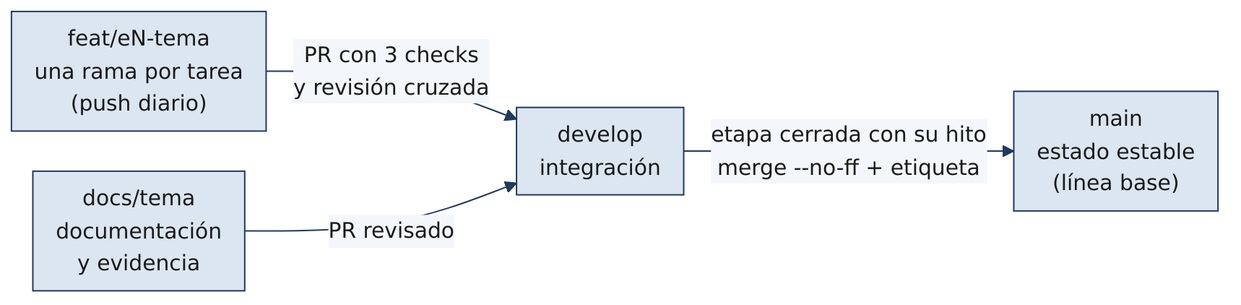
Above: docs/diagramas/05_ramas.png in soaria186/kronos-ai (Mermaid), before the change. Its source is kept beside it as docs/diagramas/05_ramas.mmd. Source of this version:
```mermaid
flowchart LR
    F["feat/eN-tema<br/>una rama por tarea<br/>(push diario)"] -- "PR con 3 checks<br/>y revisión cruzada" --> DEV["develop<br/>integración"]
    D["docs/tema<br/>documentación<br/>y evidencia"] -- "PR revisado" --> DEV
    DEV -- "etapa cerrada con su hito<br/>merge --no-ff + etiqueta" --> MAIN["main<br/>estado estable<br/>(línea base)"]
```
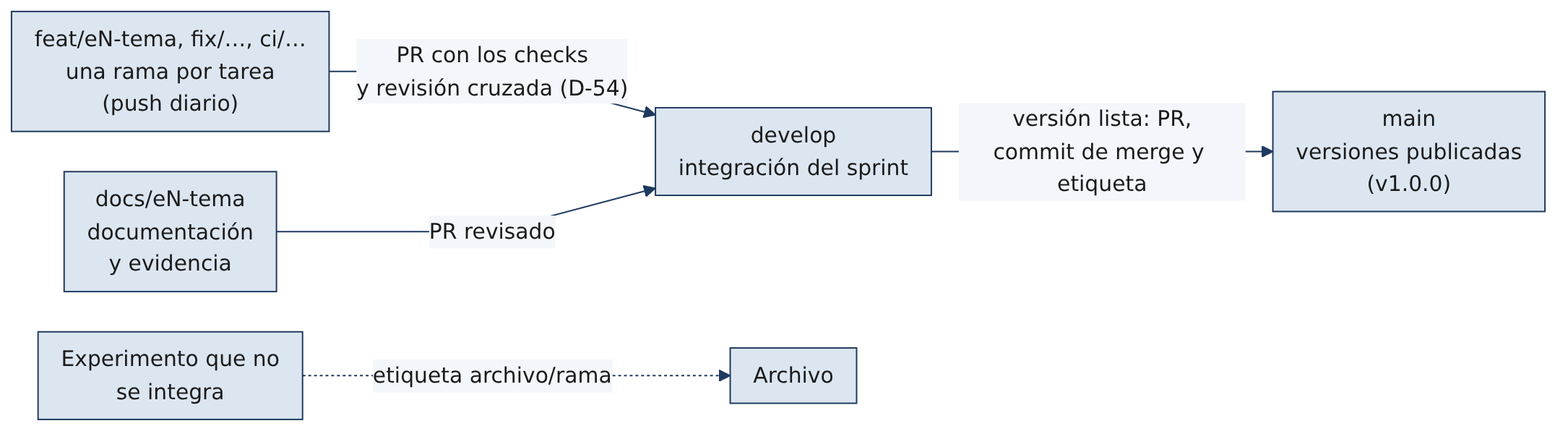
After the change.

The edit, as a diff of the source:
```diff
@@ -1,4 +1,5 @@
 flowchart LR
-    F["feat/eN-tema<br/>una rama por tarea<br/>(push diario)"] -- "PR con 3 checks<br/>y revisión cruzada" --> DEV["develop<br/>integración"]
-    D["docs/tema<br/>documentación<br/>y evidencia"] -- "PR revisado" --> DEV
-    DEV -- "etapa cerrada con su hito<br/>merge --no-ff + etiqueta" --> MAIN["main<br/>estado estable<br/>(línea base)"]
+    F["feat/eN-tema, fix/…, ci/…<br/>una rama por tarea<br/>(push diario)"] -- "PR con los checks<br/>y revisión cruzada (D-54)" --> DEV["develop<br/>integración del sprint"]
+    D["docs/eN-tema<br/>documentación<br/>y evidencia"] -- "PR revisado" --> DEV
+    DEV -- "versión lista: PR,<br/>commit de merge y etiqueta" --> MAIN["main<br/>versiones publicadas<br/>(v1.0.0)"]
+    X["Experimento que no<br/>se integra"] -. "etiqueta archivo/rama" .-> ARC["Archivo"]
```
